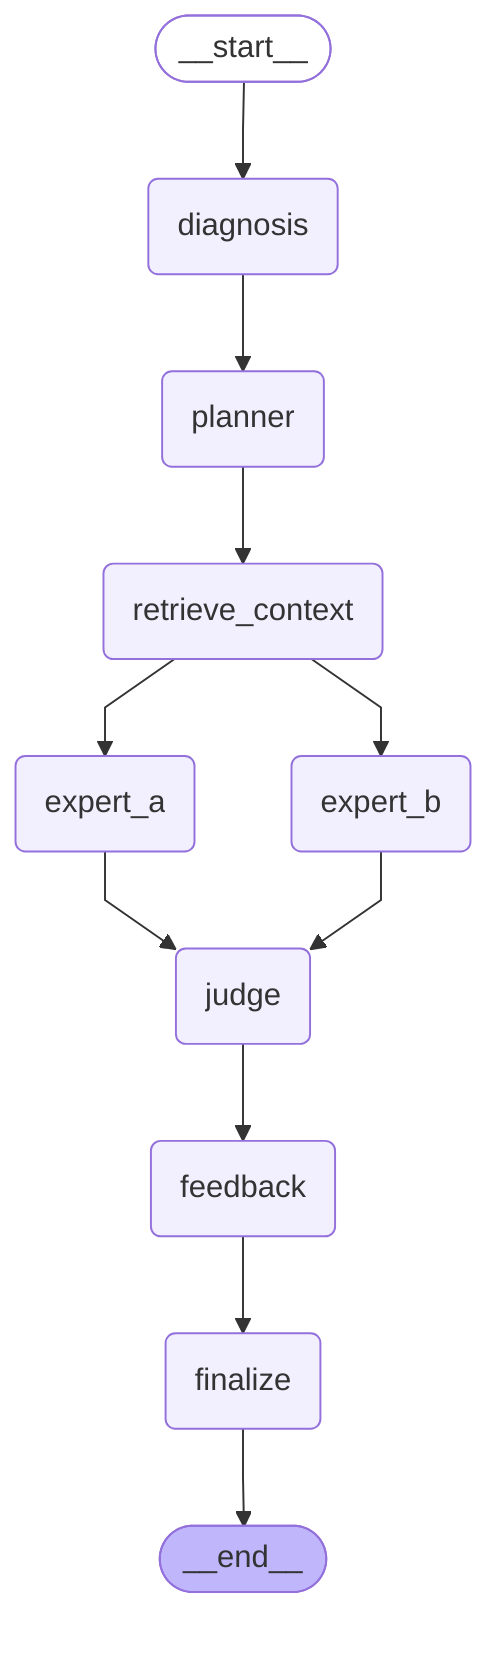
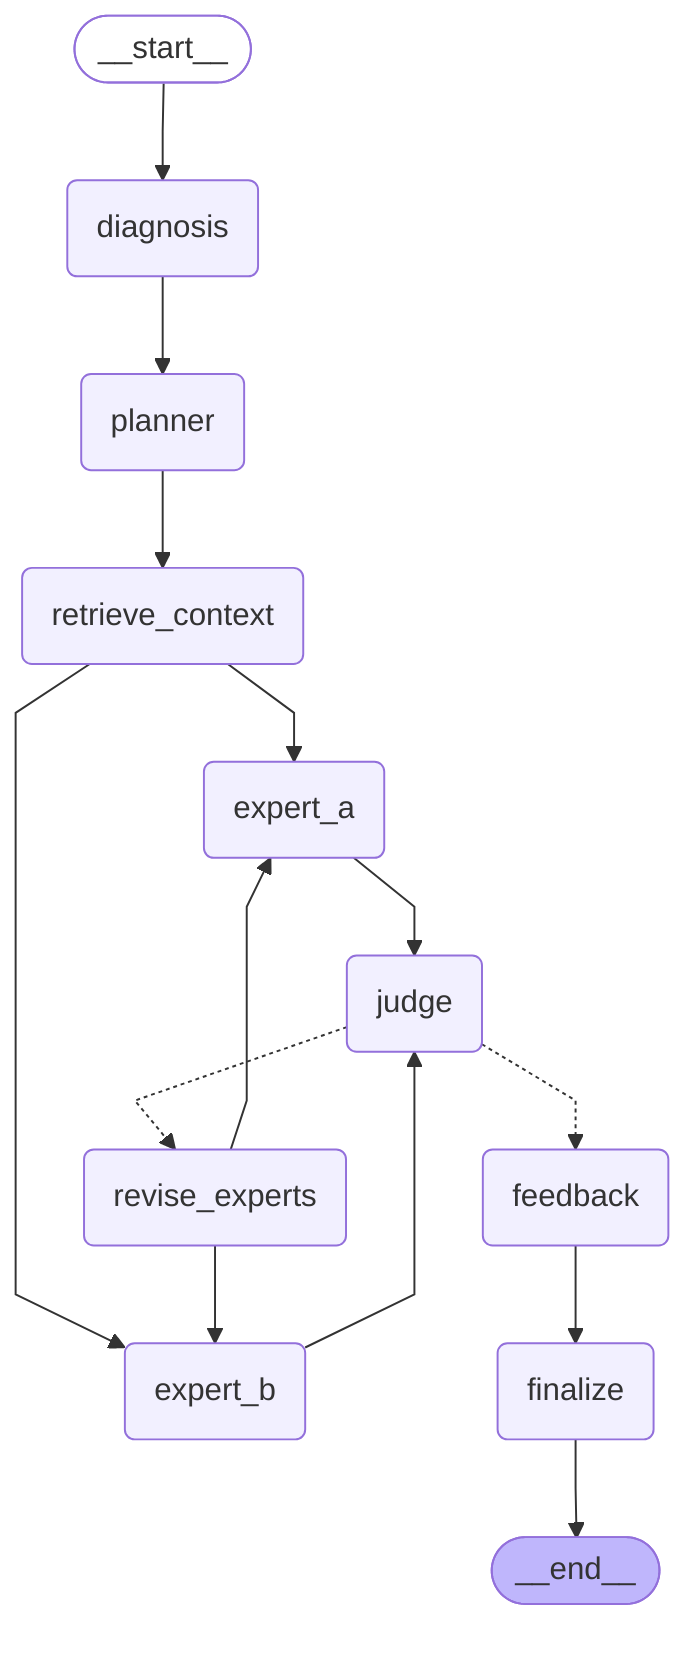
---
config:
  flowchart:
    curve: linear
---
graph TD;
	__start__([<p>__start__</p>]):::first
	diagnosis(diagnosis)
	planner(planner)
	retrieve_context(retrieve_context)
	expert_a(expert_a)
	expert_b(expert_b)
	judge(judge)
+ 	revise_experts(revise_experts)
	feedback(feedback)
	finalize(finalize)
	__end__([<p>__end__</p>]):::last
	__start__ --> diagnosis;
	diagnosis --> planner;
	expert_a --> judge;
	expert_b --> judge;
	feedback --> finalize;
- 	judge --> feedback;
+ 	judge -.-> feedback;
+ 	judge -.-> revise_experts;
	planner --> retrieve_context;
	retrieve_context --> expert_a;
	retrieve_context --> expert_b;
+ 	revise_experts --> expert_a;
+ 	revise_experts --> expert_b;
	finalize --> __end__;
	classDef default fill:#f2f0ff,line-height:1.2
	classDef first fill-opacity:0
	classDef last fill:#bfb6fc
